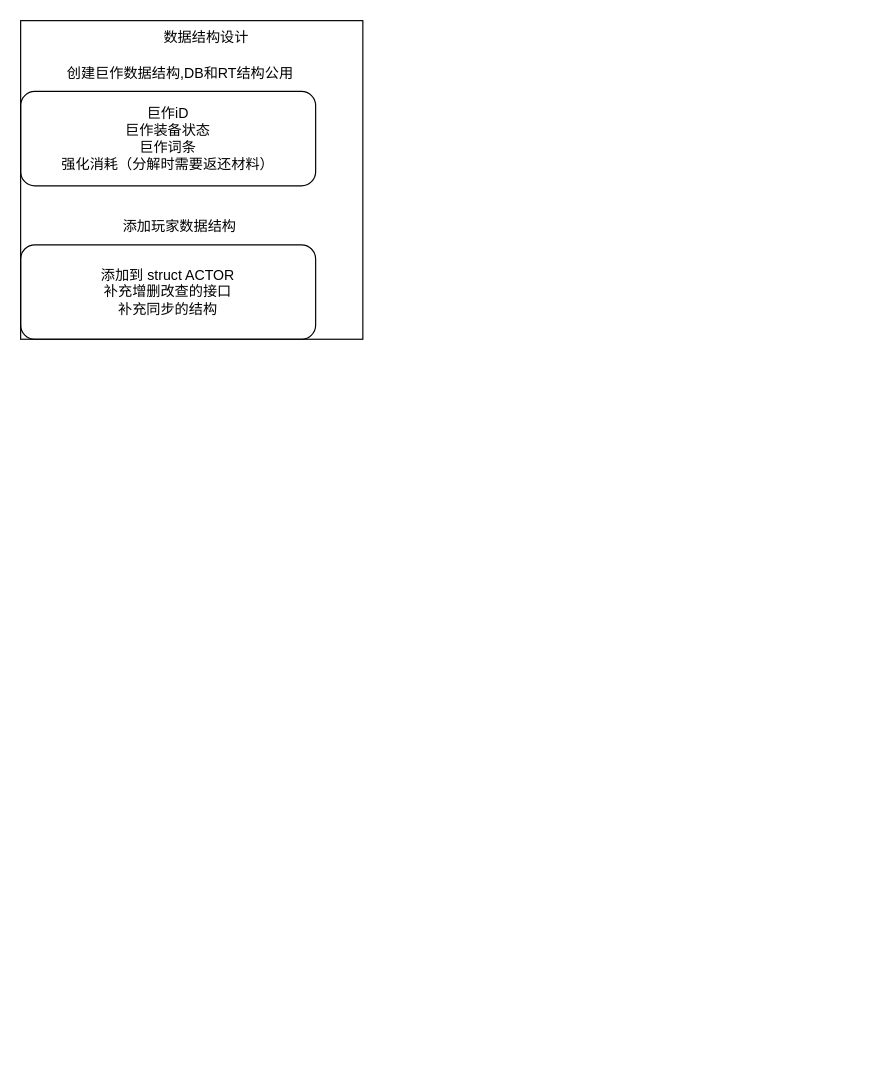
The draw.io diagram 数值相关.drawio in junpfeng/UE, before the edit. Source tidied: cells renumbered, new cells numbered last; positions are measured from the earlier drawing's top-left corner, leaving out a move shared by most shapes. Both pictures are drawn from the tidied source at 118%, with x=0, y=0 at pixel (20, 20).
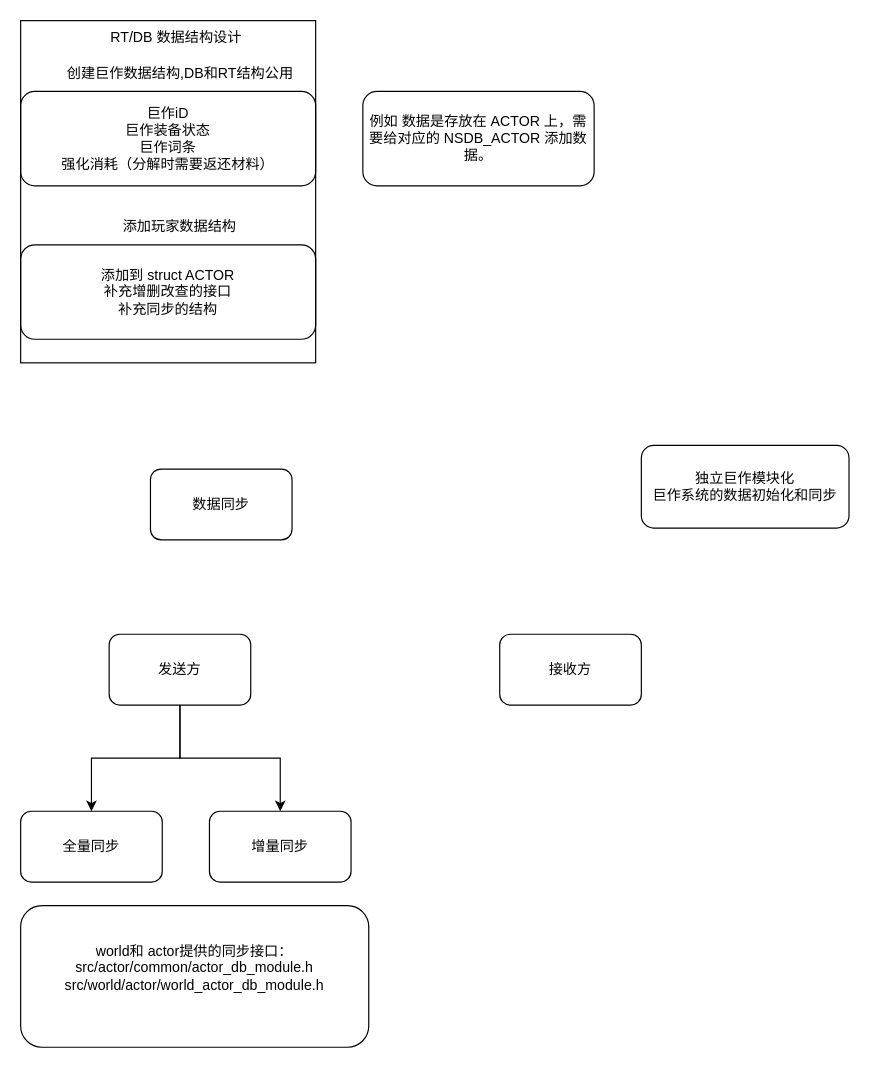
After the change.

Commit message:
更新数值相关.drawio

The edit, as a diff of the source:
```diff
@@
 <mxGraphModel>
   <root>
     <mxCell id="0" />
     <mxCell id="1" parent="0" />
     <mxCell id="2" value="巨作iD&lt;div&gt;巨作装备状态&lt;/div&gt;&lt;div&gt;巨作词条&lt;/div&gt;&lt;div&gt;强化消耗（分解时需要返还材料）&lt;/div&gt;" style="rounded=1;whiteSpace=wrap;html=1;" parent="1" vertex="1">
       <mxGeometry y="60" width="250" height="80" as="geometry" />
     </mxCell>
     <mxCell id="3" value="创建巨作数据结构,DB和RT结构公用" style="text;html=1;align=center;verticalAlign=middle;whiteSpace=wrap;rounded=0;" parent="1" vertex="1">
       <mxGeometry x="32.5" y="30" width="205" height="30" as="geometry" />
     </mxCell>
     <mxCell id="4" value="添加到 struct ACTOR&lt;br&gt;&lt;div&gt;补充增删改查的接口&lt;/div&gt;&lt;div&gt;补充同步的结构&lt;/div&gt;" style="rounded=1;whiteSpace=wrap;html=1;" parent="1" vertex="1">
       <mxGeometry y="190" width="250" height="80" as="geometry" />
     </mxCell>
     <mxCell id="5" value="添加玩家数据结构" style="text;html=1;align=center;verticalAlign=middle;whiteSpace=wrap;rounded=0;" parent="1" vertex="1">
       <mxGeometry x="60" y="160" width="150" height="30" as="geometry" />
     </mxCell>
     <mxCell id="6" style="rounded=0;whiteSpace=wrap;html=1;fillColor=none;" parent="1" vertex="1">
-      <mxGeometry width="290" height="270" as="geometry" />
+      <mxGeometry width="250" height="290" as="geometry" />
     </mxCell>
-    <mxCell id="7" value="数据结构设计" style="text;html=1;align=center;verticalAlign=middle;whiteSpace=wrap;rounded=0;" parent="1" vertex="1">
-      <mxGeometry x="105" width="105" height="30" as="geometry" />
+    <mxCell id="7" value="RT/DB 数据结构设计" style="text;html=1;align=center;verticalAlign=middle;whiteSpace=wrap;rounded=0;" parent="1" vertex="1">
+      <mxGeometry x="72.5" width="117.5" height="30" as="geometry" />
     </mxCell>
+    <mxCell id="8" value="独立巨作模块化&lt;div&gt;巨作系统的数据初始化和同步&lt;/div&gt;" style="rounded=1;whiteSpace=wrap;html=1;" parent="1" vertex="1">
+      <mxGeometry x="526" y="360" width="176" height="70" as="geometry" />
+    </mxCell>
+    <mxCell id="9" value="数据同步" style="rounded=1;whiteSpace=wrap;html=1;" parent="1" vertex="1">
+      <mxGeometry x="110" y="380" width="120" height="60" as="geometry" />
+    </mxCell>
+    <mxCell id="10" style="edgeStyle=orthogonalEdgeStyle;rounded=0;jettySize=auto;html=1;entryX=0.5;entryY=0;entryDx=0;entryDy=0;" parent="1" edge="1" source="12" target="14">
+      <mxGeometry relative="1" as="geometry" />
+    </mxCell>
+    <mxCell id="11" style="edgeStyle=orthogonalEdgeStyle;rounded=0;jettySize=auto;html=1;entryX=0.5;entryY=0;entryDx=0;entryDy=0;" parent="1" edge="1" source="12" target="15">
+      <mxGeometry relative="1" as="geometry" />
+    </mxCell>
+    <mxCell id="12" value="发送方" style="rounded=1;whiteSpace=wrap;html=1;" parent="1" vertex="1">
+      <mxGeometry x="75" y="520" width="120" height="60" as="geometry" />
+    </mxCell>
+    <mxCell id="13" value="接收方" style="rounded=1;whiteSpace=wrap;html=1;" parent="1" vertex="1">
+      <mxGeometry x="406" y="520" width="120" height="60" as="geometry" />
+    </mxCell>
+    <mxCell id="14" value="全量同步" style="rounded=1;whiteSpace=wrap;html=1;" parent="1" vertex="1">
+      <mxGeometry y="670" width="120" height="60" as="geometry" />
+    </mxCell>
+    <mxCell id="15" value="增量同步" style="rounded=1;whiteSpace=wrap;html=1;" parent="1" vertex="1">
+      <mxGeometry x="160" y="670" width="120" height="60" as="geometry" />
+    </mxCell>
+    <mxCell id="16" value="&lt;div&gt;world和 actor提供的同步接口：&lt;/div&gt;src/actor/common/actor_db_module.h&lt;div&gt;src/world/actor/world_actor_db_module.h&lt;br&gt;&lt;/div&gt;&lt;div&gt;&lt;br&gt;&lt;/div&gt;" style="rounded=1;whiteSpace=wrap;html=1;" parent="1" vertex="1">
+      <mxGeometry y="750" width="295" height="120" as="geometry" />
+    </mxCell>
+    <mxCell id="17" value="例如 数据是存放在 ACTOR 上，需要给对应的&amp;nbsp;NSDB_ACTOR 添加数据。" style="rounded=1;whiteSpace=wrap;html=1;" parent="1" vertex="1">
+      <mxGeometry x="290" y="60" width="196" height="80" as="geometry" />
+    </mxCell>
   </root>
 </mxGraphModel>
```
